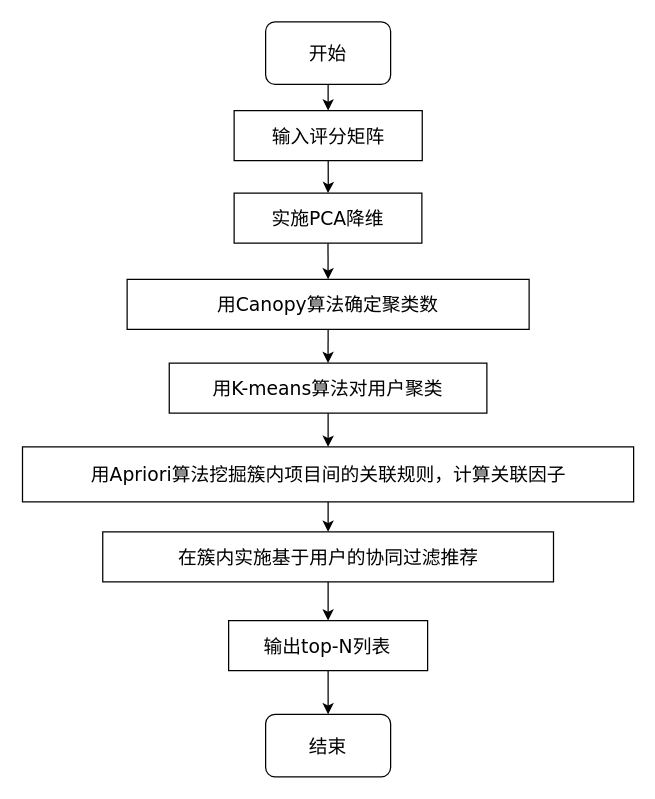
This is picture/DCF算法流程图.drawio from QAQ5685150/diagrams, a draw.io file, before an edit. Source tidied: cells renumbered, new cells numbered last; positions are measured from the earlier drawing's top-left corner, leaving out a move shared by most shapes. Both pictures are drawn from the tidied source at 125%, with x=0, y=0 at pixel (22, 21).
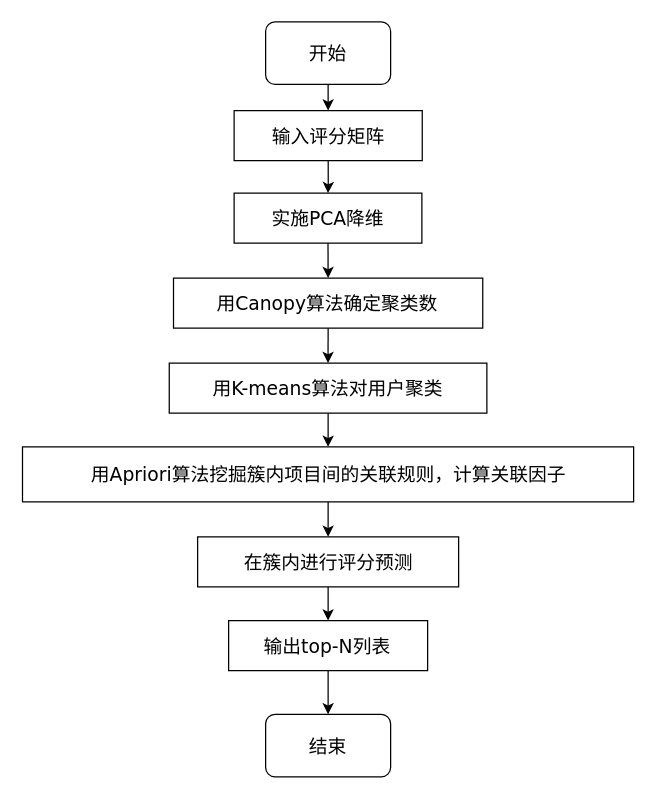
The same diagram, later.

Commit message:
更新DRC算法流程图.drawio

Diff of the diagram source:
```diff
@@
 <mxGraphModel>
   <root>
     <mxCell id="0" />
     <mxCell id="1" parent="0" />
     <mxCell id="2" style="edgeStyle=orthogonalEdgeStyle;rounded=0;jettySize=auto;html=1;exitX=0.5;exitY=1;exitDx=0;exitDy=0;entryX=0.5;entryY=0;entryDx=0;entryDy=0;fontFamily=Verdana;fontSize=15;fontStyle=0;spacing=2;" parent="1" edge="1" source="3" target="5">
       <mxGeometry relative="1" as="geometry" />
     </mxCell>
     <mxCell id="3" value="&lt;font style=&quot;font-size: 15px;&quot;&gt;开始&lt;/font&gt;" style="rounded=1;whiteSpace=wrap;html=1;fontSize=15;fontStyle=0;spacing=2;" parent="1" vertex="1">
       <mxGeometry x="194" width="100" height="50" as="geometry" />
     </mxCell>
     <mxCell id="4" style="edgeStyle=orthogonalEdgeStyle;rounded=0;jettySize=auto;html=1;exitX=0.5;exitY=1;exitDx=0;exitDy=0;fontFamily=Verdana;fontSize=15;fontStyle=0;spacing=2;" parent="1" edge="1" source="5" target="7">
       <mxGeometry relative="1" as="geometry" />
     </mxCell>
     <mxCell id="5" value="输入评分矩阵" style="rounded=0;whiteSpace=wrap;html=1;fontFamily=Verdana;fontSize=15;fontStyle=0;spacing=2;" parent="1" vertex="1">
       <mxGeometry x="168.8" y="71" width="150.5" height="40" as="geometry" />
     </mxCell>
     <mxCell id="6" style="edgeStyle=orthogonalEdgeStyle;rounded=0;jettySize=auto;html=1;exitX=0.5;exitY=1;exitDx=0;exitDy=0;entryX=0.5;entryY=0;entryDx=0;entryDy=0;" parent="1" edge="1" source="7" target="9">
       <mxGeometry relative="1" as="geometry" />
     </mxCell>
     <mxCell id="7" value="实施PCA降维" style="rounded=0;whiteSpace=wrap;html=1;fontFamily=Verdana;fontSize=15;fontStyle=0;spacing=2;" parent="1" vertex="1">
       <mxGeometry x="168.8" y="137" width="150.2" height="40" as="geometry" />
     </mxCell>
     <mxCell id="8" style="edgeStyle=orthogonalEdgeStyle;rounded=0;jettySize=auto;html=1;exitX=0.5;exitY=1;exitDx=0;exitDy=0;entryX=0.5;entryY=0;entryDx=0;entryDy=0;" parent="1" edge="1" source="9" target="16">
       <mxGeometry relative="1" as="geometry" />
     </mxCell>
     <mxCell id="9" value="用Canopy算法确定聚类数" style="rounded=0;whiteSpace=wrap;html=1;fontFamily=Verdana;fontSize=15;fontStyle=0;spacing=2;" parent="1" vertex="1">
-      <mxGeometry x="83.2" y="206" width="321.6" height="40" as="geometry" />
+      <mxGeometry x="120.3" y="205" width="247.4" height="40" as="geometry" />
     </mxCell>
     <mxCell id="10" style="edgeStyle=orthogonalEdgeStyle;rounded=0;jettySize=auto;html=1;fontFamily=Verdana;fontSize=15;fontStyle=0;spacing=2;" parent="1" edge="1" source="11" target="13">
       <mxGeometry relative="1" as="geometry" />
     </mxCell>
     <mxCell id="11" value="用Apriori算法挖掘簇内项目间的关联规则，计算关联因子" style="rounded=0;whiteSpace=wrap;html=1;fontFamily=Verdana;fontSize=15;fontStyle=0;spacing=2;" parent="1" vertex="1">
       <mxGeometry x="-0.5" y="340" width="488.9" height="44" as="geometry" />
     </mxCell>
     <mxCell id="12" style="edgeStyle=orthogonalEdgeStyle;rounded=0;jettySize=auto;html=1;exitX=0.5;exitY=1;exitDx=0;exitDy=0;" parent="1" edge="1" source="13" target="18">
       <mxGeometry relative="1" as="geometry" />
     </mxCell>
-    <mxCell id="13" value="在簇内实施基于用户的协同过滤推荐" style="rounded=0;whiteSpace=wrap;html=1;fontFamily=Verdana;fontSize=15;fontStyle=0;spacing=2;" parent="1" vertex="1">
-      <mxGeometry x="63.7" y="408" width="360.6" height="40" as="geometry" />
+    <mxCell id="13" value="在簇内进行评分预测" style="rounded=0;whiteSpace=wrap;html=1;fontFamily=Verdana;fontSize=15;fontStyle=0;spacing=2;" parent="1" vertex="1">
+      <mxGeometry x="139.6" y="412" width="208.8" height="40" as="geometry" />
     </mxCell>
     <mxCell id="14" value="&lt;font style=&quot;font-size: 15px;&quot;&gt;结束&lt;/font&gt;" style="rounded=1;whiteSpace=wrap;html=1;fontSize=15;fontStyle=0;spacing=2;" parent="1" vertex="1">
       <mxGeometry x="194" y="554" width="100" height="50" as="geometry" />
     </mxCell>
     <mxCell id="15" style="edgeStyle=orthogonalEdgeStyle;rounded=0;jettySize=auto;html=1;entryX=0.5;entryY=0;entryDx=0;entryDy=0;fontFamily=Verdana;fontSize=15;fontStyle=0;spacing=2;" parent="1" edge="1" source="16" target="11">
       <mxGeometry relative="1" as="geometry" />
     </mxCell>
     <mxCell id="16" value="用K-means算法对用户聚类" style="rounded=0;whiteSpace=wrap;html=1;fontFamily=Verdana;fontSize=15;fontStyle=0;spacing=2;" parent="1" vertex="1">
       <mxGeometry x="116.9" y="273" width="254.1" height="40" as="geometry" />
     </mxCell>
     <mxCell id="17" style="edgeStyle=orthogonalEdgeStyle;rounded=0;jettySize=auto;html=1;exitX=0.5;exitY=1;exitDx=0;exitDy=0;entryX=0.5;entryY=0;entryDx=0;entryDy=0;" parent="1" edge="1" source="18" target="14">
       <mxGeometry relative="1" as="geometry" />
     </mxCell>
     <mxCell id="18" value="输出top-N列表" style="rounded=0;whiteSpace=wrap;html=1;fontFamily=Verdana;fontSize=15;fontStyle=0;spacing=2;" parent="1" vertex="1">
       <mxGeometry x="164.4" y="479" width="159.2" height="40" as="geometry" />
     </mxCell>
   </root>
 </mxGraphModel>
```
